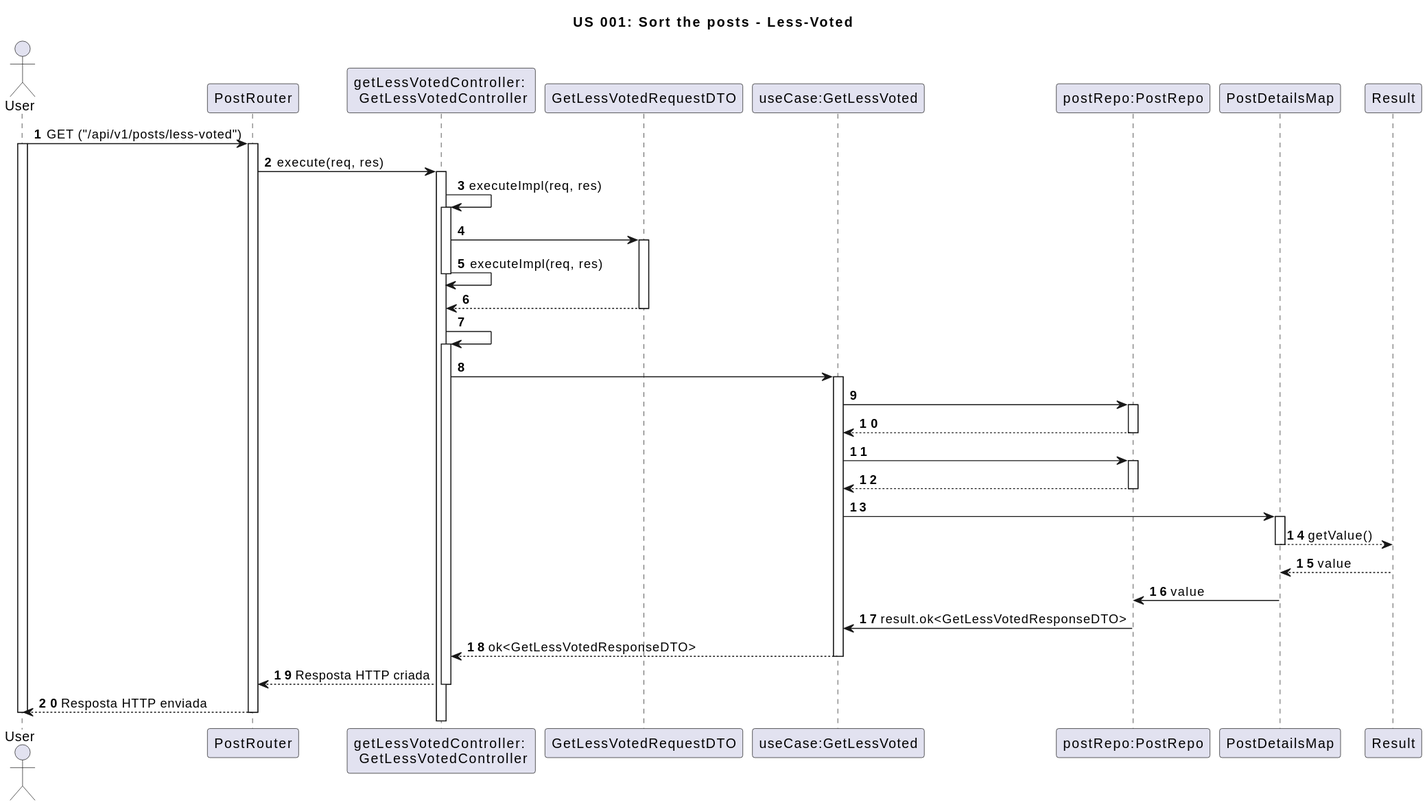
This is docs/sprintA/us001/03.sequence-diagram/svg/us001-sequence-diagram.svg from ELAINNE1409/ElainneQA, a PlantUML export, as it was before one commit.
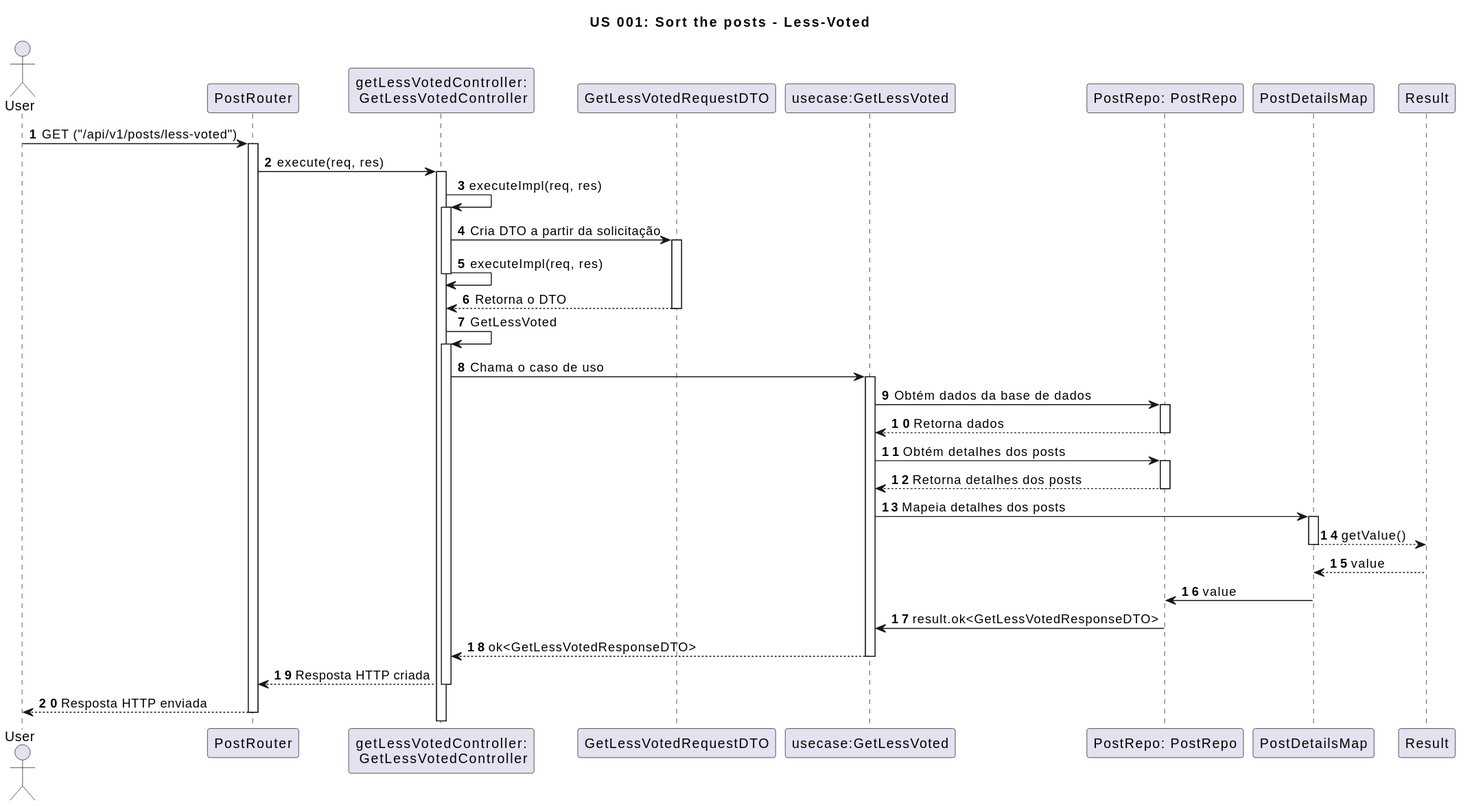
Above is the later version.

What changed in the source:
```diff
@@ -1,76 +1,75 @@
 @startuml
 title US 001: Sort the posts - Less-Voted
 
-autonumber
+ autonumber
 
-actor "User" as User
-participant PostRouter
-participant "getLessVotedController: \n GetLessVotedController" as GetLessVotedController
-participant GetLessVotedRequestDTO
-participant "useCase:GetLessVoted" as GetLessVoted
-participant "postRepo:PostRepo" as PostRepo
-participant PostDetailsMap
-participant Result
+ actor User
+ participant PostRouter
+ participant "getLessVotedController:\n GetLessVotedController" as GetLessVotedController
+ participant GetLessVotedRequestDTO
+ participant "usecase:GetLessVoted" as GetLessVoted
+ participant "PostRepo: PostRepo" as PostRepo
+ participant PostDetailsMap
+ participant Result
 
-User -> PostRouter: GET ("/api/v1/posts/less-voted")
-activate User
-activate PostRouter
+  User -> PostRouter: GET ("/api/v1/posts/less-voted")
+  activate PostRouter
 
-PostRouter -> GetLessVotedController: execute(req, res)
-activate GetLessVotedController
+   PostRouter -> GetLessVotedController: execute(req, res)
+   activate GetLessVotedController
 
-GetLessVotedController -> GetLessVotedController: executeImpl(req, res)
-activate GetLessVotedController
+   GetLessVotedController -> GetLessVotedController: executeImpl(req, res)
+   activate GetLessVotedController
 
-GetLessVotedController -> GetLessVotedRequestDTO
-activate GetLessVotedRequestDTO
+   GetLessVotedController -> GetLessVotedRequestDTO: Cria DTO a partir da solicitação
+   activate GetLessVotedRequestDTO
 
-GetLessVotedController -> GetLessVotedController: executeImpl(req, res)
-deactivate GetLessVotedController
+   GetLessVotedController -> GetLessVotedController: executeImpl(req, res)
+   deactivate GetLessVotedController
 
-GetLessVotedRequestDTO --> GetLessVotedController
-deactivate GetLessVotedRequestDTO
+   GetLessVotedRequestDTO --> GetLessVotedController: Retorna o DTO
+   deactivate GetLessVotedRequestDTO
 
-GetLessVotedController -> GetLessVotedController
-activate GetLessVotedController
+   GetLessVotedController -> GetLessVotedController: GetLessVoted
+   activate GetLessVotedController
 
-GetLessVotedController -> GetLessVoted
-activate GetLessVoted
+   GetLessVotedController -> GetLessVoted: Chama o caso de uso
+   activate GetLessVoted
 
-GetLessVoted -> PostRepo
-activate PostRepo
+   GetLessVoted -> PostRepo: Obtém dados da base de dados
+   activate PostRepo
 
-PostRepo --> GetLessVoted
-deactivate PostRepo
+   PostRepo --> GetLessVoted: Retorna dados
+   deactivate PostRepo
 
-GetLessVoted -> PostRepo
-activate PostRepo
+   GetLessVoted -> PostRepo: Obtém detalhes dos posts
+   activate PostRepo
 
-PostRepo --> GetLessVoted
-deactivate PostRepo
+   PostRepo --> GetLessVoted: Retorna detalhes dos posts
+   deactivate PostRepo
 
-GetLessVoted -> PostDetailsMap
-activate PostDetailsMap
+   GetLessVoted -> PostDetailsMap: Mapeia detalhes dos posts
+   activate PostDetailsMap
 
-PostDetailsMap --> Result: getValue()
-deactivate PostDetailsMap
+   PostDetailsMap --> Result: getValue()
+   deactivate PostDetailsMap
 
-Result --> PostDetailsMap: value
-deactivate Result
+   Result --> PostDetailsMap: value
+   deactivate Result
 
-PostDetailsMap -> PostRepo: value
-deactivate PostDetailsMap
+   PostDetailsMap -> PostRepo: value
+   deactivate PostDetailsMap
 
-PostRepo -> GetLessVoted: result.ok<GetLessVotedResponseDTO>
-deactivate PostRepo
+   PostRepo -> GetLessVoted: result.ok<GetLessVotedResponseDTO>
+   deactivate PostRepo
 
-GetLessVoted --> GetLessVotedController: ok<GetLessVotedResponseDTO>
-deactivate GetLessVoted
+   GetLessVoted --> GetLessVotedController: ok<GetLessVotedResponseDTO>
+   deactivate GetLessVoted
 
-GetLessVotedController --> PostRouter: Resposta HTTP criada
-deactivate GetLessVotedController
+   GetLessVotedController --> PostRouter: Resposta HTTP criada
+   deactivate GetLessVotedController
 
-PostRouter --> User: Resposta HTTP enviada
-deactivate PostRouter
-deactivate User
+   PostRouter --> User: Resposta HTTP enviada
+   deactivate PostRouter
+   deactivate User
 @enduml
```
